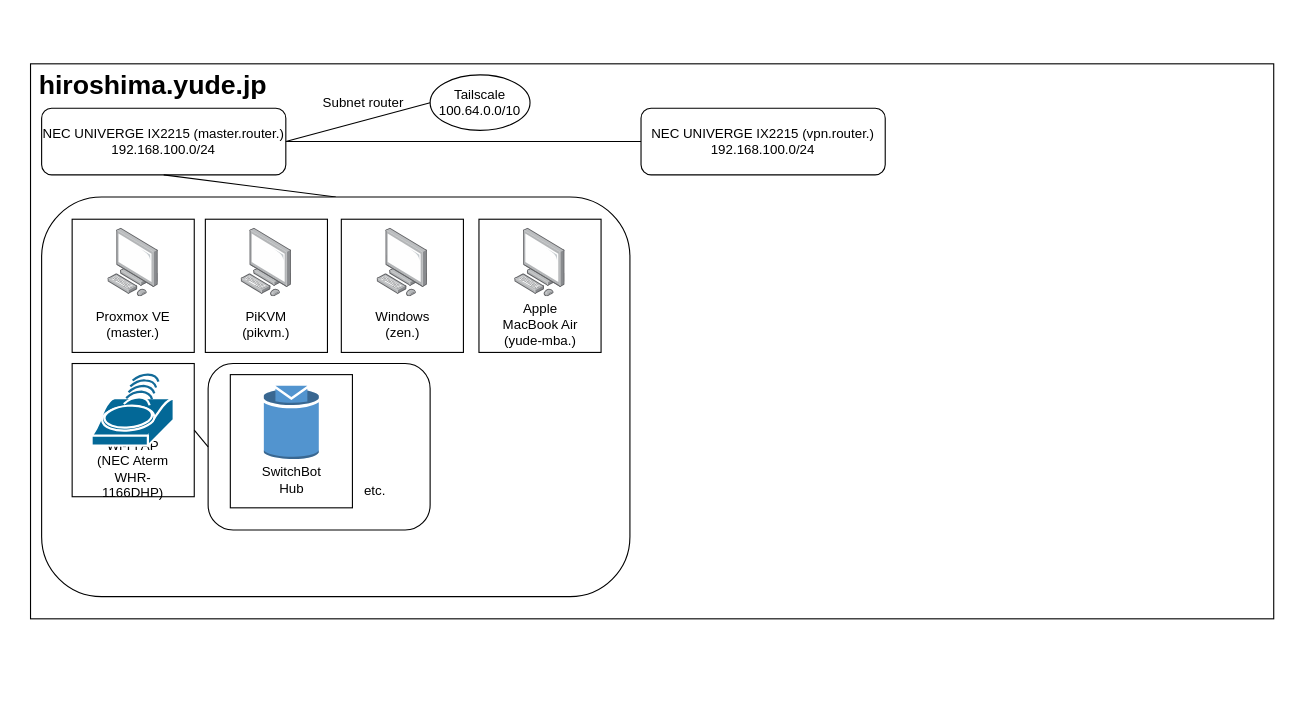
Earlier version of the draw.io diagram net.drawio (yudejp/infra_old). Source tidied: cells renumbered, new cells numbered last; positions are measured from the earlier drawing's top-left corner, leaving out a move shared by most shapes. Both pictures are drawn from the tidied source at 111%, with x=0, y=0 at pixel (30, 63).
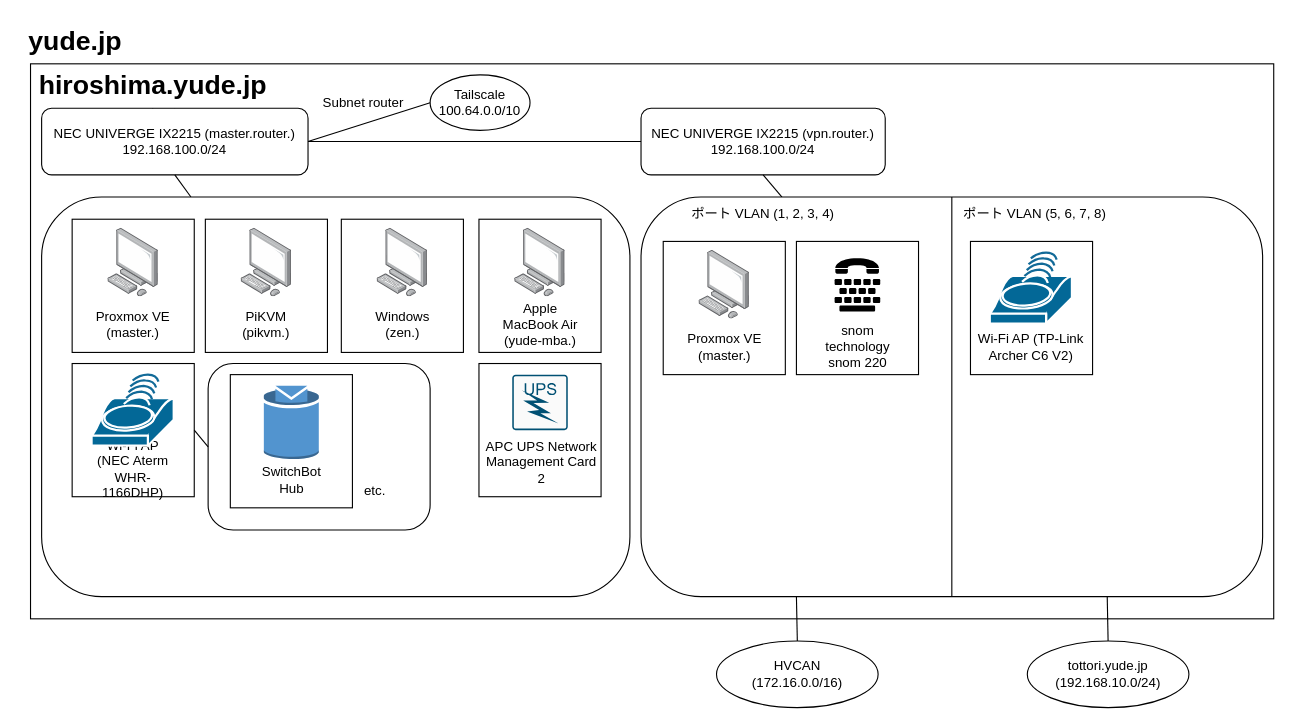
The same diagram, later.

Commit message (it also covers changes not shown here):
net.drawio を更新します

Unchanged cells that the change refers to:
```xml
<mxCell id="5" value="hiroshima.yude.jp" style="text;strokeColor=none;fillColor=none;html=1;fontSize=24;fontStyle=1;verticalAlign=middle;align=center;" parent="1" vertex="1">
  <mxGeometry x="60" width="100" height="40" as="geometry" />
</mxCell>
<mxCell id="8" style="rounded=1;whiteSpace=wrap;html=1;" parent="1" vertex="1">
  <mxGeometry x="10" y="120" width="530" height="360" as="geometry" />
</mxCell>
```

The edit, as a diff of the source:
```diff
@@
+    <mxCell id="36" style="edgeStyle=orthogonalEdgeStyle;rounded=0;jettySize=auto;html=1;" parent="1" edge="1" source="5" target="6">
+      <mxGeometry relative="1" as="geometry" />
+    </mxCell>
+    <mxCell id="37" style="edgeStyle=orthogonalEdgeStyle;rounded=0;jettySize=auto;html=1;" parent="1" edge="1" source="5" target="6">
+      <mxGeometry relative="1" as="geometry" />
+    </mxCell>
@@
     <mxCell id="6" value="&lt;div&gt;NEC UNIVERGE IX2215 (master.router.)&lt;/div&gt;&lt;div&gt;192.168.100.0/24&lt;br&gt;&lt;/div&gt;" style="rounded=1;whiteSpace=wrap;html=1;" parent="1" vertex="1">
-      <mxGeometry x="10" y="40" width="220" height="60" as="geometry" />
+      <mxGeometry x="10" y="40" width="240" height="60" as="geometry" />
     </mxCell>
-    <mxCell id="7" style="endArrow=none;html=1;rounded=0;entryX=0.5;entryY=1;entryDx=0;entryDy=0;exitX=0.5;exitY=0;exitDx=0;exitDy=0;" parent="1" edge="1" source="8" target="6">
+    <mxCell id="7" style="endArrow=none;html=1;rounded=0;entryX=0.5;entryY=1;entryDx=0;entryDy=0;" parent="1" edge="1" source="8" target="6">
       <mxGeometry relative="1" as="geometry" />
     </mxCell>
@@
+    <mxCell id="38" value="yude.jp" style="text;strokeColor=none;fillColor=none;html=1;fontSize=24;fontStyle=1;verticalAlign=middle;align=center;" parent="1" vertex="1">
+      <mxGeometry x="-10" y="-40" width="100" height="40" as="geometry" />
+    </mxCell>
+    <mxCell id="39" style="rounded=0;whiteSpace=wrap;html=1;" parent="1" vertex="1">
+      <mxGeometry x="404" y="270" width="110" height="120" as="geometry" />
+    </mxCell>
+    <mxCell id="40" style="sketch=0;verticalLabelPosition=bottom;html=1;verticalAlign=top;align=center;shape=mxgraph.cisco19.rect;prIcon=ups;fillColor=#FAFAFA;strokeColor=#005073;" parent="1" vertex="1">
+      <mxGeometry x="434" y="280" width="50" height="50" as="geometry" />
+    </mxCell>
+    <mxCell id="41" value="APC UPS Network Management Card 2" style="text;html=1;strokeColor=none;fillColor=none;align=center;verticalAlign=middle;whiteSpace=wrap;rounded=0;" parent="1" vertex="1">
+      <mxGeometry x="405.5" y="344" width="108.5" height="30" as="geometry" />
+    </mxCell>
+    <mxCell id="42" style="endArrow=none;html=1;rounded=0;entryX=0.5;entryY=1;entryDx=0;entryDy=0;" parent="1" edge="1" source="43">
+      <mxGeometry relative="1" as="geometry">
+        <mxPoint x="660" y="100" as="targetPoint" />
+      </mxGeometry>
+    </mxCell>
+    <mxCell id="43" style="rounded=1;whiteSpace=wrap;html=1;" parent="1" vertex="1">
+      <mxGeometry x="550" y="120" width="560" height="360" as="geometry" />
+    </mxCell>
+    <mxCell id="44" style="endArrow=none;html=1;rounded=0;entryX=0.5;entryY=0;entryDx=0;entryDy=0;exitX=0.5;exitY=1;exitDx=0;exitDy=0;" parent="1" edge="1" source="43" target="43">
+      <mxGeometry relative="1" as="geometry" />
+    </mxCell>
+    <mxCell id="45" value="ポート VLAN (1, 2, 3, 4)" style="text;html=1;strokeColor=none;fillColor=none;align=center;verticalAlign=middle;whiteSpace=wrap;rounded=0;" parent="1" vertex="1">
+      <mxGeometry x="585" y="120" width="150" height="30" as="geometry" />
+    </mxCell>
+    <mxCell id="46" value="ポート VLAN (5, 6, 7, 8)" style="text;html=1;strokeColor=none;fillColor=none;align=center;verticalAlign=middle;whiteSpace=wrap;rounded=0;" parent="1" vertex="1">
+      <mxGeometry x="830" y="120" width="150" height="30" as="geometry" />
+    </mxCell>
+    <mxCell id="47" value="HVCAN&lt;br&gt;(172.16.0.0/16)" style="ellipse;whiteSpace=wrap;html=1;" parent="1" vertex="1">
+      <mxGeometry x="618" y="520" width="145.6" height="60" as="geometry" />
+    </mxCell>
+    <mxCell id="48" value="tottori.yude.jp&lt;br&gt;(192.168.10.0/24)" style="ellipse;whiteSpace=wrap;html=1;" parent="1" vertex="1">
+      <mxGeometry x="898" y="520" width="145.6" height="60" as="geometry" />
+    </mxCell>
+    <mxCell id="49" style="endArrow=none;html=1;rounded=0;entryX=0.25;entryY=1;entryDx=0;entryDy=0;exitX=0.5;exitY=0;exitDx=0;exitDy=0;" parent="1" edge="1" source="47" target="43">
+      <mxGeometry relative="1" as="geometry" />
+    </mxCell>
+    <mxCell id="50" style="endArrow=none;html=1;rounded=0;entryX=0.75;entryY=1;entryDx=0;entryDy=0;exitX=0.5;exitY=0;exitDx=0;exitDy=0;" parent="1" edge="1" source="48" target="43">
+      <mxGeometry relative="1" as="geometry" />
+    </mxCell>
+    <mxCell id="51" style="group;" parent="1" vertex="1">
+      <mxGeometry x="690" y="160" width="110" height="120" as="geometry" />
+    </mxCell>
+    <mxCell id="52" style="rounded=0;whiteSpace=wrap;html=1;" parent="51" vertex="1">
+      <mxGeometry width="110" height="120" as="geometry" />
+    </mxCell>
+    <mxCell id="53" value="&lt;div&gt;snom technology&lt;/div&gt;&lt;div&gt;snom 220&lt;br&gt;&lt;/div&gt;" style="text;html=1;strokeColor=none;fillColor=none;align=center;verticalAlign=middle;whiteSpace=wrap;rounded=0;" parent="51" vertex="1">
+      <mxGeometry x="17.5" y="80" width="75" height="30" as="geometry" />
+    </mxCell>
+    <mxCell id="54" style="shape=mxgraph.signs.healthcare.tdd;html=1;fillColor=#000000;strokeColor=none;verticalLabelPosition=bottom;verticalAlign=top;align=center;" parent="51" vertex="1">
+      <mxGeometry x="34.4" y="15.1" width="41.1" height="48" as="geometry" />
+    </mxCell>
+    <mxCell id="55" style="group;" parent="1" vertex="1">
+      <mxGeometry x="570" y="160" width="110" height="120" as="geometry" />
+    </mxCell>
+    <mxCell id="56" style="rounded=0;whiteSpace=wrap;html=1;" parent="55" vertex="1">
+      <mxGeometry width="110" height="120" as="geometry" />
+    </mxCell>
+    <mxCell id="57" style="html=1;align=center;shadow=0;dashed=0;image;image=img/lib/allied_telesis/computer_and_terminals/Personal_Computer.svg;" parent="55" vertex="1">
+      <mxGeometry x="32.2" y="8.2" width="45.6" height="61.8" as="geometry" />
+    </mxCell>
+    <mxCell id="58" value="&lt;div&gt;Proxmox VE&lt;/div&gt;&lt;div&gt;(master.)&lt;br&gt;&lt;/div&gt;" style="text;html=1;strokeColor=none;fillColor=none;align=center;verticalAlign=middle;whiteSpace=wrap;rounded=0;" parent="55" vertex="1">
+      <mxGeometry x="17.5" y="80" width="75" height="30" as="geometry" />
+    </mxCell>
+    <mxCell id="59" style="group;" parent="1" vertex="1">
+      <mxGeometry x="840" y="160" width="122.5" height="120" as="geometry" />
+    </mxCell>
+    <mxCell id="60" style="rounded=0;whiteSpace=wrap;html=1;" parent="59" vertex="1">
+      <mxGeometry x="6.8" width="110" height="120" as="geometry" />
+    </mxCell>
+    <mxCell id="61" value="Wi-Fi AP (TP-Link Archer C6 V2)" style="text;html=1;strokeColor=none;fillColor=none;align=center;verticalAlign=middle;whiteSpace=wrap;rounded=0;" parent="59" vertex="1">
+      <mxGeometry y="80" width="122.5" height="30" as="geometry" />
+    </mxCell>
+    <mxCell id="62" style="shape=mxgraph.cisco.wireless.wi-fi_tag;html=1;dashed=0;fillColor=#036897;strokeColor=#ffffff;strokeWidth=2;verticalLabelPosition=bottom;verticalAlign=top;align=center;" parent="59" vertex="1">
+      <mxGeometry x="24.2" y="10" width="74" height="64" as="geometry" />
+    </mxCell>
```
